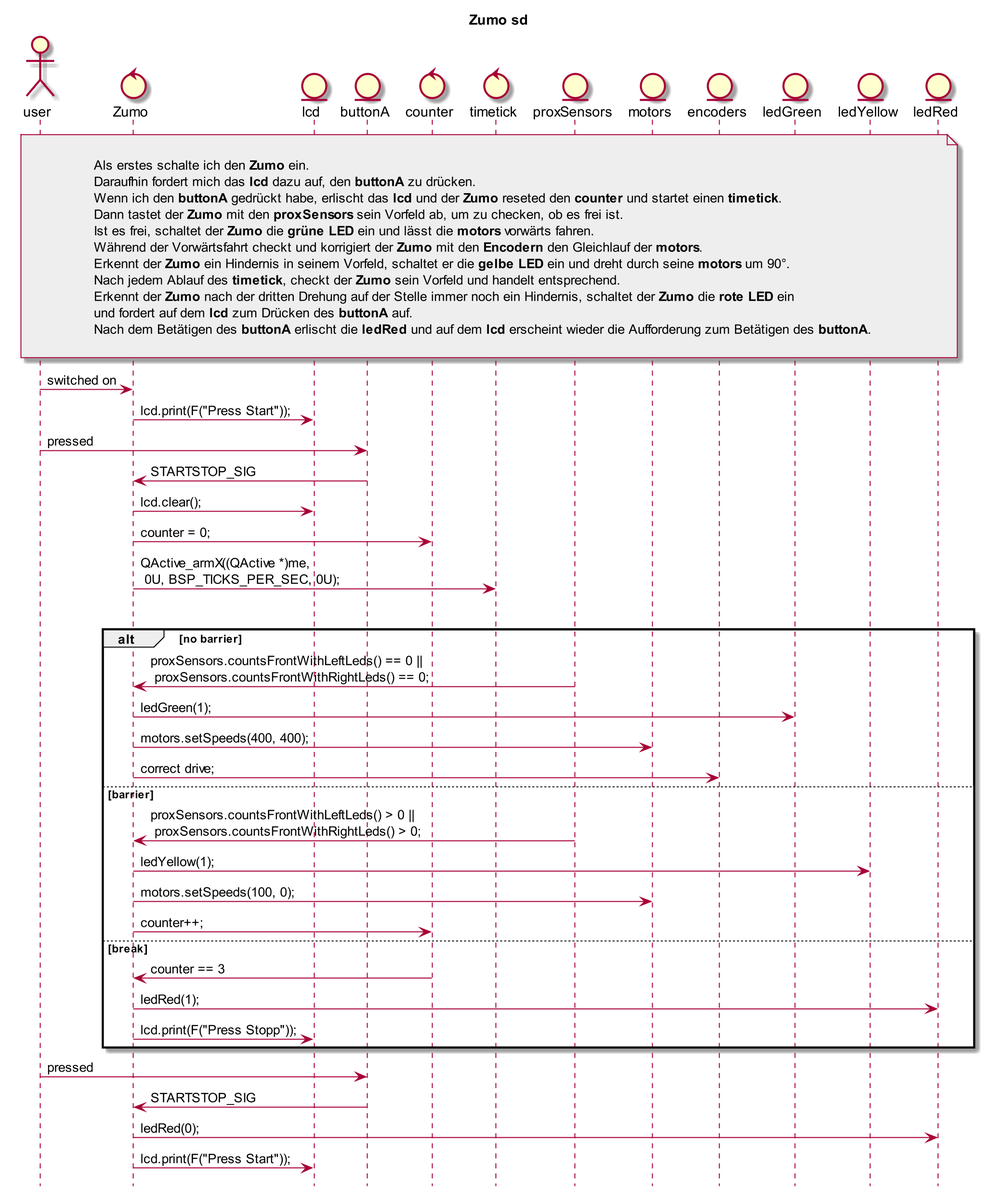
Before: Zumo_SD.png, a diagram exported from PlantUML (orje/Zumo_QM_QPnano).
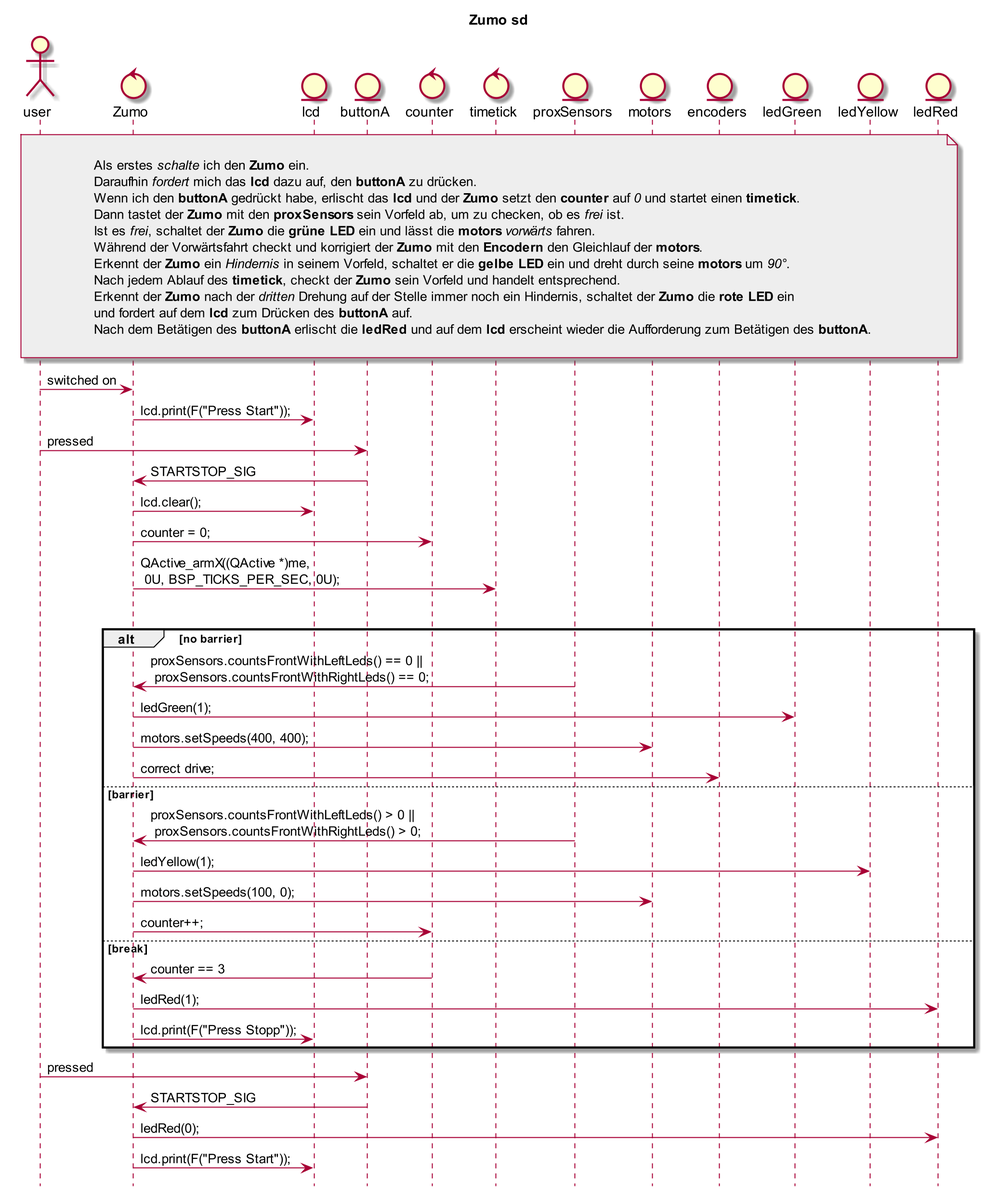
After the commit.

What changed in the source:
```diff
@@ -23,15 +23,15 @@
 
 note over ledRed, user #EEEEEE
 
-Als erstes schalte ich den **Zumo** ein.
-Daraufhin fordert mich das **lcd** dazu auf, den **buttonA** zu drücken.
-Wenn ich den **buttonA** gedrückt habe, erlischt das **lcd** und der **Zumo** reseted den **counter** und startet einen **timetick**.
-Dann tastet der **Zumo** mit den **proxSensors** sein Vorfeld ab, um zu checken, ob es frei ist.
-Ist es frei, schaltet der **Zumo** die **grüne LED** ein und lässt die **motors** vorwärts fahren.
+Als erstes //schalte// ich den **Zumo** ein.
+Daraufhin //fordert// mich das **lcd** dazu auf, den **buttonA** zu drücken.
+Wenn ich den **buttonA** gedrückt habe, erlischt das **lcd** und der **Zumo** setzt den **counter** auf //0// und startet einen **timetick**.
+Dann tastet der **Zumo** mit den **proxSensors** sein Vorfeld ab, um zu checken, ob es //frei// ist.
+Ist es //frei//, schaltet der **Zumo** die **grüne LED** ein und lässt die **motors** //vorwärts// fahren.
 Während der Vorwärtsfahrt checkt und korrigiert der **Zumo** mit den **Encodern** den Gleichlauf der **motors**.
-Erkennt der **Zumo** ein Hindernis in seinem Vorfeld, schaltet er die **gelbe LED** ein und dreht durch seine **motors** um 90°.
+Erkennt der **Zumo** ein //Hindernis// in seinem Vorfeld, schaltet er die **gelbe LED** ein und dreht durch seine **motors** um //90°//.
 Nach jedem Ablauf des **timetick**, checkt der **Zumo** sein Vorfeld und handelt entsprechend.
-Erkennt der **Zumo** nach der dritten Drehung auf der Stelle immer noch ein Hindernis, schaltet der **Zumo** die **rote LED** ein
+Erkennt der **Zumo** nach der //dritten// Drehung auf der Stelle immer noch ein Hindernis, schaltet der **Zumo** die **rote LED** ein
 und fordert auf dem **lcd** zum Drücken des **buttonA** auf.
 Nach dem Betätigen des **buttonA** erlischt die **ledRed** und auf dem **lcd** erscheint wieder die Aufforderung zum Betätigen des **buttonA**.
 
```
